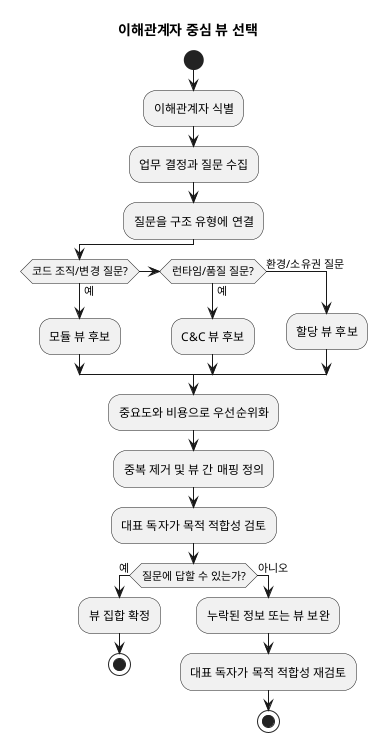
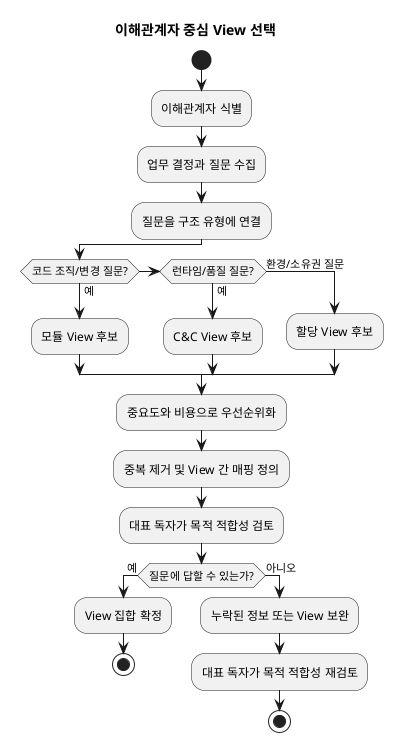
@startuml
- title 이해관계자 중심 뷰 선택
+ title 이해관계자 중심 View 선택
start
:이해관계자 식별;
:업무 결정과 질문 수집;
:질문을 구조 유형에 연결;

if (코드 조직/변경 질문?) then (예)
-   :모듈 뷰 후보;
+   :모듈 View 후보;
elseif (런타임/품질 질문?) then (예)
-   :C&C 뷰 후보;
+   :C&C View 후보;
else (환경/소유권 질문)
-   :할당 뷰 후보;
+   :할당 View 후보;
endif

:중요도와 비용으로 우선순위화;
- :중복 제거 및 뷰 간 매핑 정의;
+ :중복 제거 및 View 간 매핑 정의;
:대표 독자가 목적 적합성 검토;

if (질문에 답할 수 있는가?) then (예)
-   :뷰 집합 확정;
+   :View 집합 확정;
  stop
else (아니오)
-   :누락된 정보 또는 뷰 보완;
+   :누락된 정보 또는 View 보완;
  :대표 독자가 목적 적합성 재검토;
  stop
endif
@enduml
